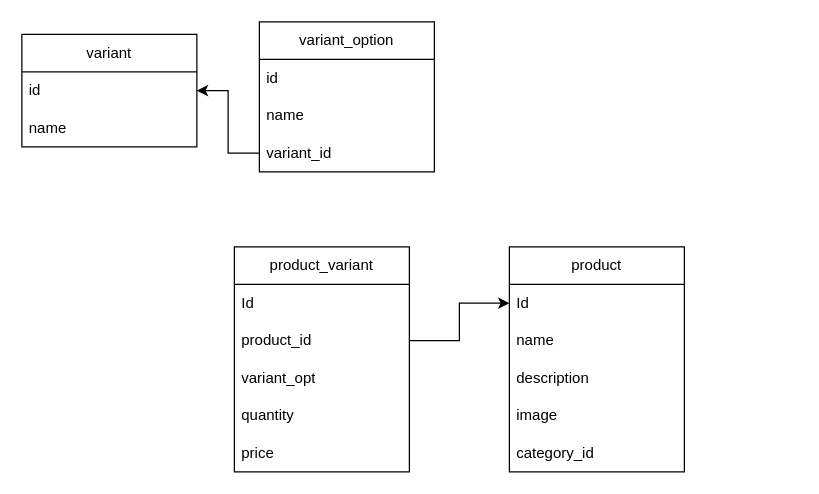
The draw.io diagram Databse.drawio in minhminh12315/project-demo, before the edit. Source tidied: cells renumbered, new cells numbered last; positions are measured from the earlier drawing's top-left corner, leaving out a move shared by most shapes. Both pictures are drawn from the tidied source at 125%, with x=0, y=0 at pixel (21, 21).
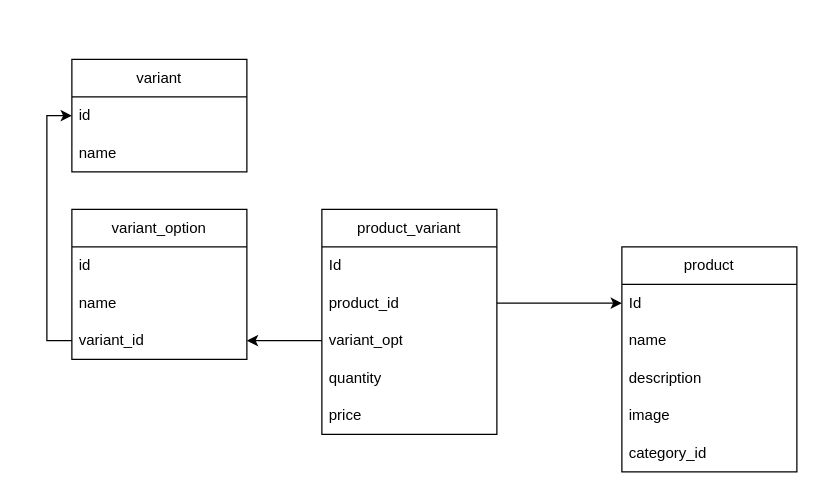
The same diagram, later.

Commit message (it also covers changes not shown here):
Cập nhật Databse.drawio

Unchanged cells that the change refers to:
```xml
<mxCell id="11" value="variant_opt" style="text;strokeColor=none;fillColor=none;align=left;verticalAlign=middle;spacingLeft=4;spacingRight=4;overflow=hidden;points=[[0,0.5],[1,0.5]];portConstraint=eastwest;whiteSpace=wrap;html=1;" parent="8" vertex="1">
  <mxGeometry y="90" width="140" height="30" as="geometry" />
</mxCell>
<mxCell id="18" value="variant_id" style="text;strokeColor=none;fillColor=none;align=left;verticalAlign=middle;spacingLeft=4;spacingRight=4;overflow=hidden;points=[[0,0.5],[1,0.5]];portConstraint=eastwest;whiteSpace=wrap;html=1;" parent="15" vertex="1">
  <mxGeometry y="90" width="140" height="30" as="geometry" />
</mxCell>
<mxCell id="20" value="id" style="text;strokeColor=none;fillColor=none;align=left;verticalAlign=middle;spacingLeft=4;spacingRight=4;overflow=hidden;points=[[0,0.5],[1,0.5]];portConstraint=eastwest;whiteSpace=wrap;html=1;" parent="19" vertex="1">
  <mxGeometry y="30" width="140" height="30" as="geometry" />
</mxCell>
```

Diff of the diagram source:
```diff
@@
     <mxCell id="2" value="product" style="swimlane;fontStyle=0;horizontal=1;startSize=30;whiteSpace=wrap;html=1;" parent="1" vertex="1">
-      <mxGeometry x="390" y="180" width="140" height="180" as="geometry" />
+      <mxGeometry x="480" y="180" width="140" height="180" as="geometry" />
     </mxCell>
@@
     <mxCell id="8" value="product_variant" style="swimlane;fontStyle=0;horizontal=1;startSize=30;whiteSpace=wrap;html=1;" parent="1" vertex="1">
-      <mxGeometry x="170" y="180" width="140" height="180" as="geometry" />
+      <mxGeometry x="240" y="150" width="140" height="180" as="geometry" />
     </mxCell>
@@
     <mxCell id="15" value="variant_option" style="swimlane;fontStyle=0;horizontal=1;startSize=30;whiteSpace=wrap;html=1;" parent="1" vertex="1">
-      <mxGeometry x="190" width="140" height="120" as="geometry" />
+      <mxGeometry x="40" y="150" width="140" height="120" as="geometry" />
     </mxCell>
@@
     <mxCell id="19" value="variant" style="swimlane;fontStyle=0;horizontal=1;startSize=30;whiteSpace=wrap;html=1;" parent="1" vertex="1">
-      <mxGeometry y="10" width="140" height="90" as="geometry" />
+      <mxGeometry x="40" y="30" width="140" height="90" as="geometry" />
     </mxCell>
@@
-    <mxCell id="22" style="edgeStyle=orthogonalEdgeStyle;rounded=0;jettySize=auto;html=1;entryX=1;entryY=0.5;entryDx=0;entryDy=0;" parent="1" edge="1" source="18" target="20">
-      <mxGeometry relative="1" as="geometry" />
+    <mxCell id="22" style="edgeStyle=orthogonalEdgeStyle;rounded=0;jettySize=auto;html=1;entryX=0;entryY=0.5;entryDx=0;entryDy=0;exitX=0;exitY=0.5;exitDx=0;exitDy=0;" parent="1" edge="1" source="18" target="20">
+      <mxGeometry relative="1" as="geometry">
+        <Array as="points">
+          <mxPoint x="20" y="255" />
+          <mxPoint x="20" y="75" />
+        </Array>
+      </mxGeometry>
     </mxCell>
+    <mxCell id="23" style="edgeStyle=orthogonalEdgeStyle;rounded=0;jettySize=auto;html=1;" parent="1" edge="1" source="11" target="18">
+      <mxGeometry relative="1" as="geometry" />
+    </mxCell>
```
